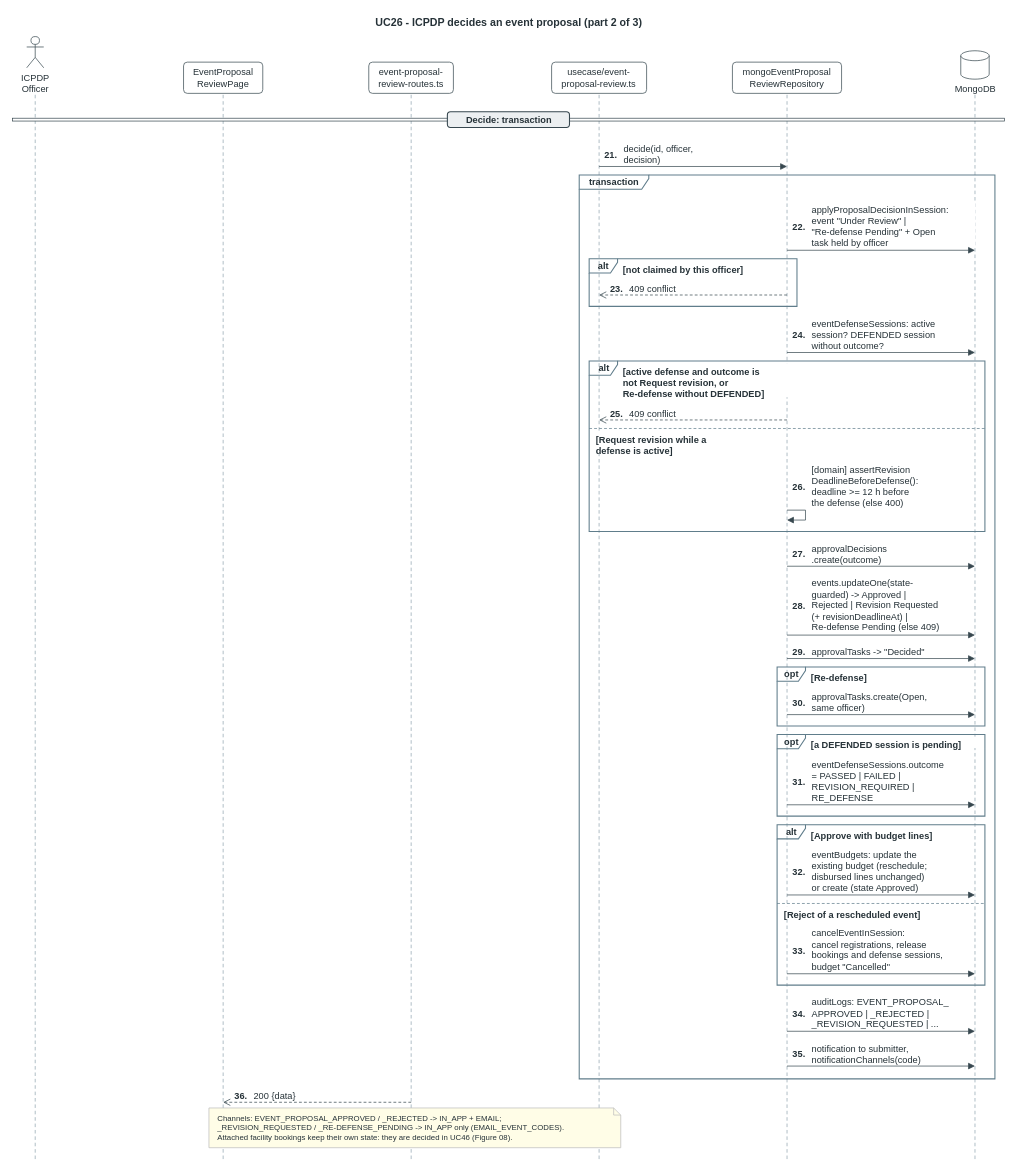
Above: page "06 Decide event proposal (2/3)" (14 of 21) of docs/03-diagrams/UCMS_Sequence_Diagrams.drawio in nvdekay/ClubManagementSystem (draw.io), before the change. Source tidied: cells renumbered, new cells numbered last; positions are measured from the earlier drawing's top-left corner, leaving out a move shared by most shapes. Both pictures are drawn from the tidied source at 71%, with x=0, y=0 at pixel (12, 12).
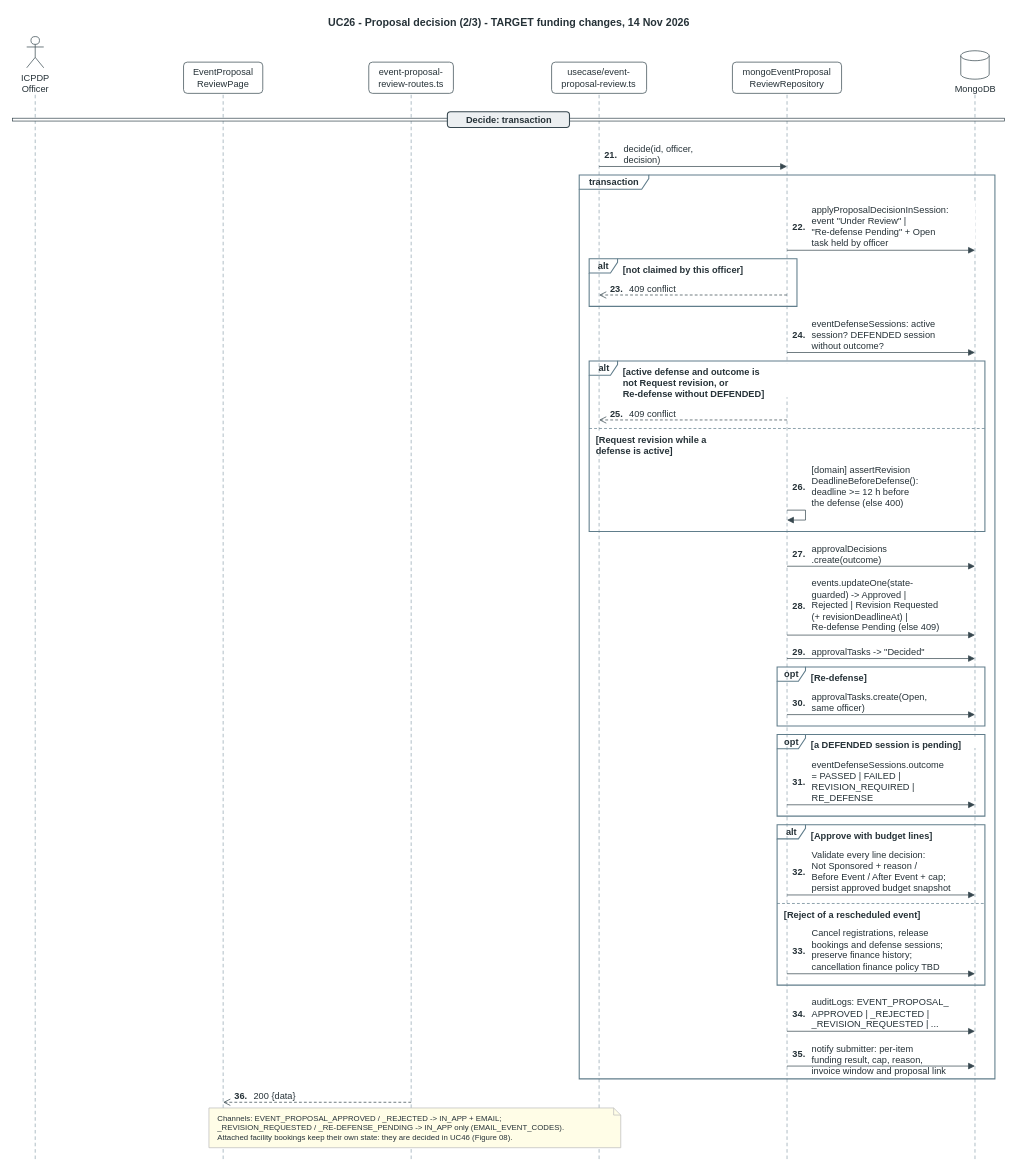
The same diagram, later.

The edit, as a diff of the source:
```diff
@@
-    <mxCell id="2" value="UC26 - ICPDP decides an event proposal (part 2 of 3)" style="text;html=1;align=center;verticalAlign=top;spacing=0;whiteSpace=nowrap;fontFamily=Arial;fontSize=15;fontColor=#263238;fontStyle=1;" parent="1" vertex="1">
+    <mxCell id="2" value="UC26 - Proposal decision (2/3) - TARGET funding changes, 14 Nov 2026" style="text;html=1;align=center;verticalAlign=top;spacing=0;whiteSpace=nowrap;fontFamily=Arial;fontSize=15;fontColor=#263238;fontStyle=1;" parent="1" vertex="1">
       <mxGeometry width="1397.3" height="20" as="geometry" />
     </mxCell>
@@
-    <mxCell id="64" value="eventBudgets: update the&lt;br&gt;existing budget (reschedule;&lt;br&gt;disbursed lines unchanged)&lt;br&gt;or create (state Approved)" style="text;html=1;align=left;verticalAlign=top;spacing=0;whiteSpace=nowrap;fontFamily=Arial;fontSize=13;fontColor=#263238;fillColor=#FFFFFF;" parent="1" vertex="1">
+    <mxCell id="64" value="Validate every line decision:&lt;br&gt;Not Sponsored + reason /&lt;br&gt;Before Event / After Event + cap;&lt;br&gt;persist approved budget snapshot" style="text;html=1;align=left;verticalAlign=top;spacing=0;whiteSpace=nowrap;fontFamily=Arial;fontSize=13;fontColor=#263238;fillColor=#FFFFFF;" parent="1" vertex="1">
       <mxGeometry x="1126" y="1174" width="208.4" height="64" as="geometry" />
     </mxCell>
@@
-    <mxCell id="69" value="cancelEventInSession:&lt;br&gt;cancel registrations, release&lt;br&gt;bookings and defense sessions,&lt;br&gt;budget &quot;Cancelled&quot;" style="text;html=1;align=left;verticalAlign=top;spacing=0;whiteSpace=nowrap;fontFamily=Arial;fontSize=13;fontColor=#263238;fillColor=#FFFFFF;" parent="1" vertex="1">
+    <mxCell id="69" value="Cancel registrations, release&lt;br&gt;bookings and defense sessions;&lt;br&gt;preserve finance history;&lt;br&gt;cancellation finance policy TBD" style="text;html=1;align=left;verticalAlign=top;spacing=0;whiteSpace=nowrap;fontFamily=Arial;fontSize=13;fontColor=#263238;fillColor=#FFFFFF;" parent="1" vertex="1">
       <mxGeometry x="1126" y="1285" width="223" height="64" as="geometry" />
     </mxCell>
@@
-    <mxCell id="75" value="notification to submitter,&lt;br&gt;notificationChannels(code)" style="text;html=1;align=left;verticalAlign=top;spacing=0;whiteSpace=nowrap;fontFamily=Arial;fontSize=13;fontColor=#263238;fillColor=#FFFFFF;" parent="1" vertex="1">
+    <mxCell id="75" value="notify submitter: per-item&lt;br&gt;funding result, cap, reason,&lt;br&gt;invoice window and proposal link" style="text;html=1;align=left;verticalAlign=top;spacing=0;whiteSpace=nowrap;fontFamily=Arial;fontSize=13;fontColor=#263238;fillColor=#FFFFFF;" parent="1" vertex="1">
       <mxGeometry x="1126" y="1447" width="193.8" height="32" as="geometry" />
     </mxCell>
```
